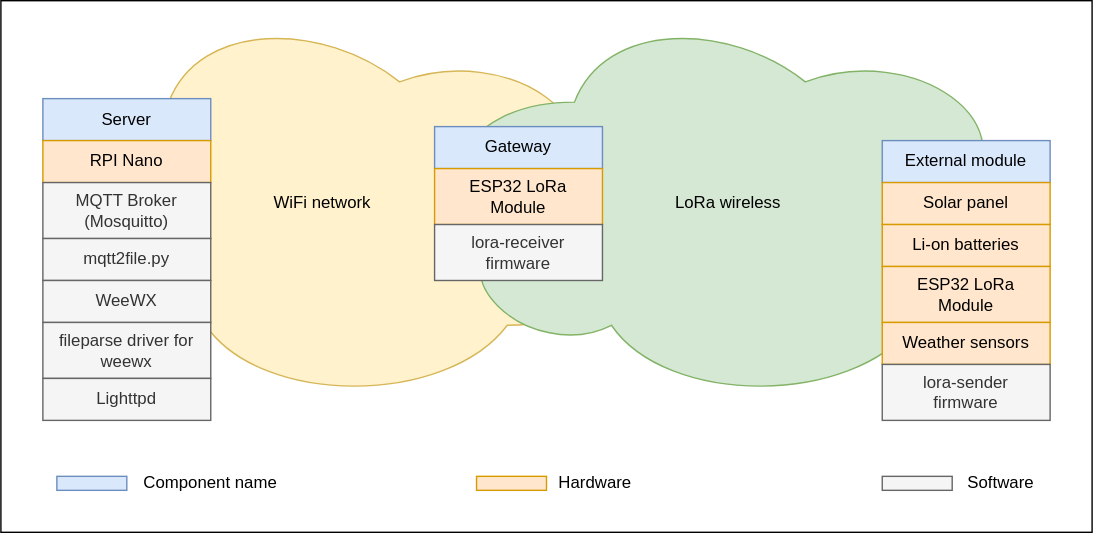
pasgabriele/lora-weather-station keeps this draw.io diagram as weather-station-architecture.svg. Above is the earlier version. Source tidied: cells renumbered, new cells last; positions are measured from the earlier drawing's top-left corner, leaving out a move shared by most shapes.
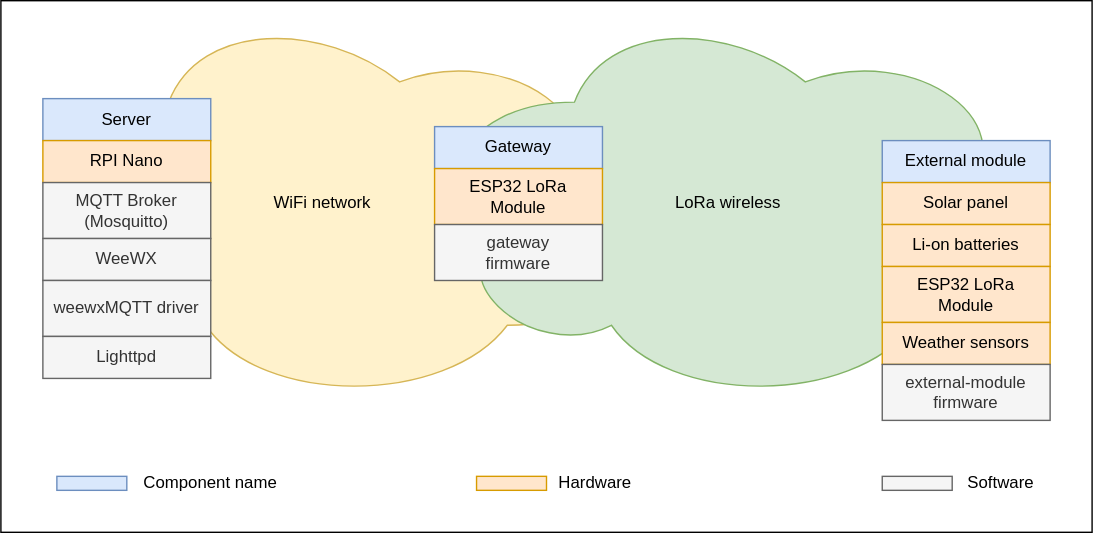
The same file after the commit.

Diff of the diagram source:
```diff
@@ -26,22 +26,19 @@
     <mxCell id="9" value="MQTT Broker (Mosquitto)" style="rounded=0;whiteSpace=wrap;html=1;fillColor=#f5f5f5;strokeColor=#666666;fontColor=#333333;" parent="1" vertex="1">
       <mxGeometry x="30" y="130" width="120" height="40" as="geometry" />
     </mxCell>
-    <mxCell id="10" value="mqtt2file.py" style="rounded=0;whiteSpace=wrap;html=1;fillColor=#f5f5f5;strokeColor=#666666;fontColor=#333333;" parent="1" vertex="1">
-      <mxGeometry x="30" y="170" width="120" height="30" as="geometry" />
-    </mxCell>
     <mxCell id="11" value="WeeWX" style="rounded=0;whiteSpace=wrap;html=1;fillColor=#f5f5f5;strokeColor=#666666;fontColor=#333333;" parent="1" vertex="1">
-      <mxGeometry x="30" y="200" width="120" height="30" as="geometry" />
+      <mxGeometry x="30" y="170" width="120" height="30" as="geometry" />
     </mxCell>
-    <mxCell id="12" value="fileparse driver for weewx" style="rounded=0;whiteSpace=wrap;html=1;fillColor=#f5f5f5;strokeColor=#666666;fontColor=#333333;" parent="1" vertex="1">
-      <mxGeometry x="30" y="230" width="120" height="40" as="geometry" />
+    <mxCell id="12" value="weewxMQTT driver" style="rounded=0;whiteSpace=wrap;html=1;fillColor=#f5f5f5;strokeColor=#666666;fontColor=#333333;" parent="1" vertex="1">
+      <mxGeometry x="30" y="200" width="120" height="40" as="geometry" />
     </mxCell>
     <mxCell id="13" value="Lighttpd" style="rounded=0;whiteSpace=wrap;html=1;fillColor=#f5f5f5;strokeColor=#666666;fontColor=#333333;" parent="1" vertex="1">
-      <mxGeometry x="30" y="270" width="120" height="30" as="geometry" />
+      <mxGeometry x="30" y="240" width="120" height="30" as="geometry" />
     </mxCell>
     <mxCell id="14" value="ESP32 LoRa&lt;br&gt;Module" style="rounded=0;whiteSpace=wrap;html=1;fillColor=#ffe6cc;strokeColor=#d79b00;" parent="1" vertex="1">
       <mxGeometry x="310" y="120" width="120" height="40" as="geometry" />
     </mxCell>
-    <mxCell id="15" value="lora-receiver&lt;br&gt;firmware" style="rounded=0;whiteSpace=wrap;html=1;fillColor=#f5f5f5;strokeColor=#666666;fontColor=#333333;" parent="1" vertex="1">
+    <mxCell id="15" value="gateway&lt;br&gt;firmware" style="rounded=0;whiteSpace=wrap;html=1;fillColor=#f5f5f5;strokeColor=#666666;fontColor=#333333;" parent="1" vertex="1">
       <mxGeometry x="310" y="160" width="120" height="40" as="geometry" />
     </mxCell>
     <mxCell id="16" value="Solar panel" style="rounded=0;whiteSpace=wrap;html=1;fillColor=#ffe6cc;strokeColor=#d79b00;" parent="1" vertex="1">
@@ -56,7 +53,7 @@
     <mxCell id="19" value="Weather sensors" style="rounded=0;whiteSpace=wrap;html=1;fillColor=#ffe6cc;strokeColor=#d79b00;" parent="1" vertex="1">
       <mxGeometry x="630" y="230" width="120" height="30" as="geometry" />
     </mxCell>
-    <mxCell id="20" value="lora-sender&lt;br&gt;firmware" style="rounded=0;whiteSpace=wrap;html=1;fillColor=#f5f5f5;strokeColor=#666666;fontColor=#333333;" parent="1" vertex="1">
+    <mxCell id="20" value="external-module&lt;br&gt;firmware" style="rounded=0;whiteSpace=wrap;html=1;fillColor=#f5f5f5;strokeColor=#666666;fontColor=#333333;" parent="1" vertex="1">
       <mxGeometry x="630" y="260" width="120" height="40" as="geometry" />
     </mxCell>
     <mxCell id="21" style="rounded=0;whiteSpace=wrap;html=1;fillColor=#dae8fc;strokeColor=#6c8ebf;" parent="1" vertex="1">
```
